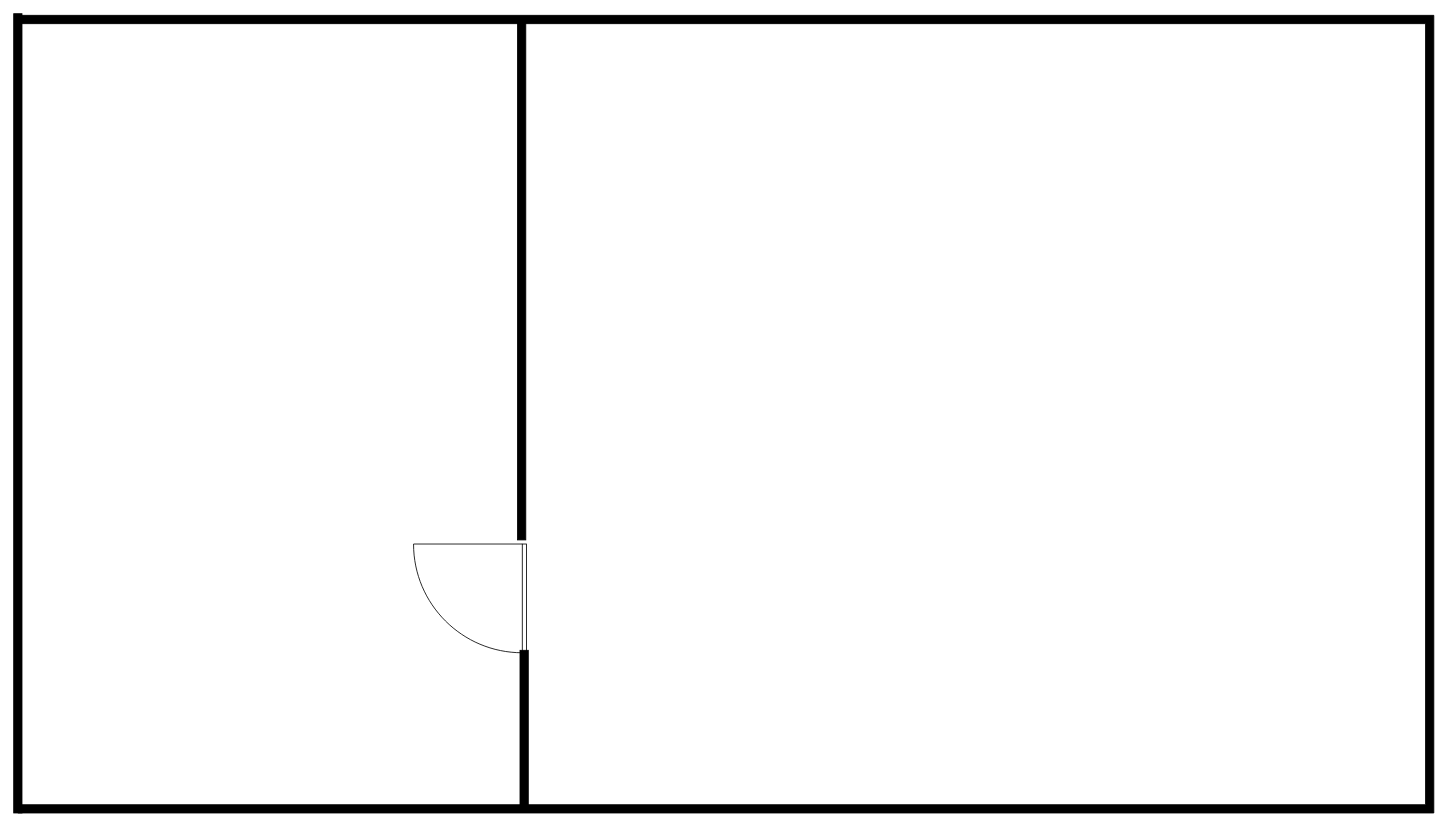
Earlier version of the draw.io diagram Untitled Diagram.drawio (joeinus134131/OnlineDiagramProject). Source tidied: cells renumbered, new cells numbered last; positions are measured from the earlier drawing's top-left corner, leaving out a move shared by most shapes. Both pictures are drawn from the tidied source at 83%, with x=0, y=0 at pixel (13, -294).
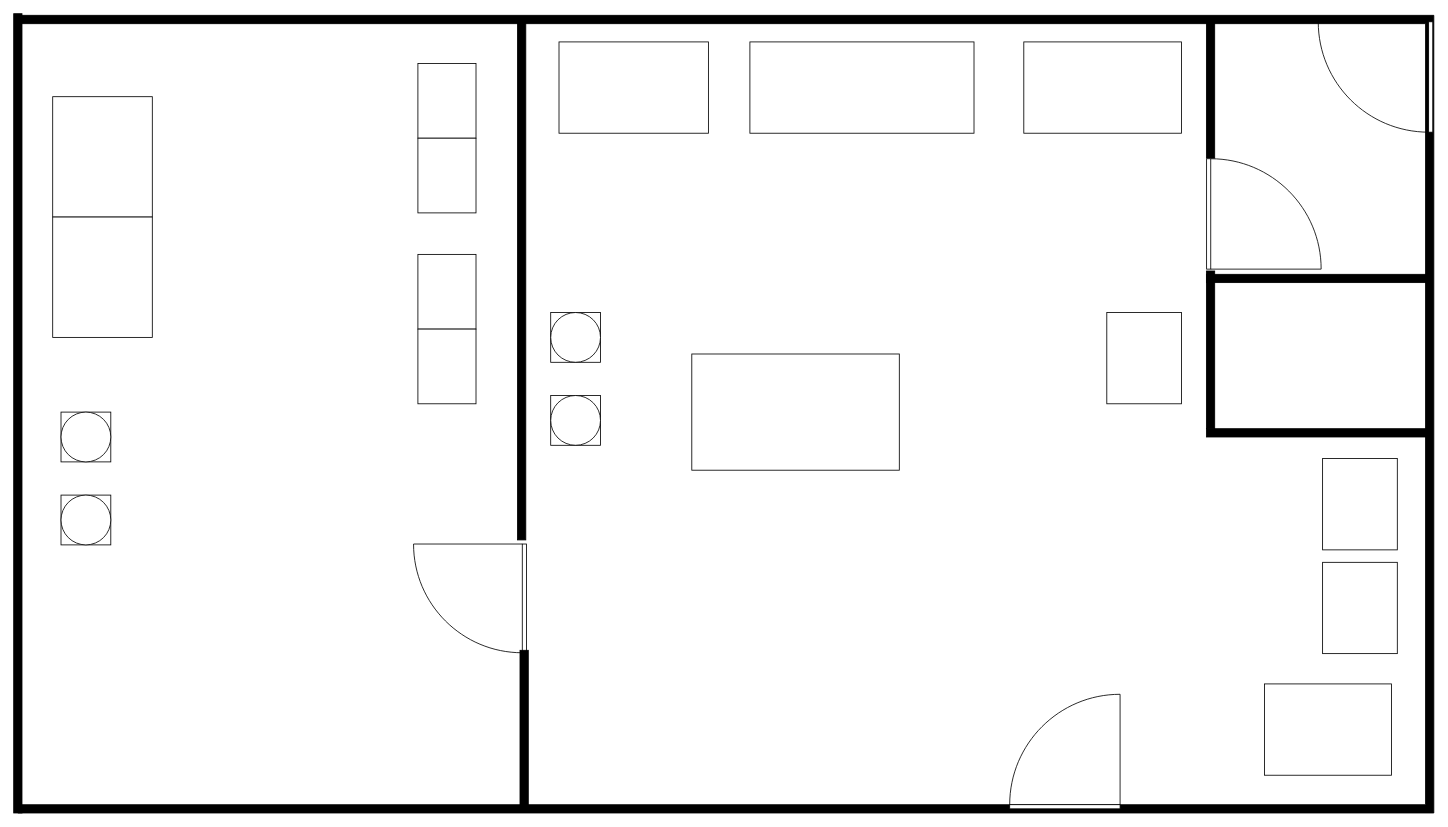
The same page after the edit.

The edit, as a diff of the source:
```diff
@@
+    <mxCell id="7" style="verticalLabelPosition=bottom;html=1;verticalAlign=top;align=center;strokeWidth=1;shape=mxgraph.floorplan.doorLeft;rounded=0;shadow=0;comic=0;fontFamily=Verdana;fontSize=12;rotation=-180;" parent="1" vertex="1">
+      <mxGeometry x="1200" y="1215.5" width="133" height="112.5" as="geometry" />
+    </mxCell>
+    <mxCell id="8" style="verticalLabelPosition=bottom;html=1;verticalAlign=top;align=center;strokeWidth=1;shape=mxgraph.floorplan.wall;fillColor=#000000;rounded=0;shadow=0;comic=0;fontFamily=Verdana;fontSize=12;rotation=-90;" parent="1" vertex="1">
+      <mxGeometry x="1357" y="454" width="170" height="10" as="geometry" />
+    </mxCell>
+    <mxCell id="9" style="verticalLabelPosition=bottom;html=1;verticalAlign=top;align=center;strokeWidth=1;shape=mxgraph.floorplan.doorLeft;rounded=0;shadow=0;comic=0;fontFamily=Verdana;fontSize=12;rotation=90;" parent="1" vertex="1">
+      <mxGeometry x="1587" y="390" width="133" height="112.5" as="geometry" />
+    </mxCell>
+    <mxCell id="10" style="verticalLabelPosition=bottom;html=1;verticalAlign=top;align=center;strokeWidth=1;shape=mxgraph.floorplan.doorLeft;rounded=0;shadow=0;comic=0;fontFamily=Verdana;fontSize=12;rotation=-90;" parent="1" vertex="1">
+      <mxGeometry x="1427" y="555" width="133" height="112.5" as="geometry" />
+    </mxCell>
+    <mxCell id="11" style="verticalLabelPosition=bottom;html=1;verticalAlign=top;align=center;strokeWidth=1;shape=mxgraph.floorplan.wall;fillColor=#000000;rounded=0;shadow=0;comic=0;fontFamily=Verdana;fontSize=12;rotation=-90;" parent="1" vertex="1">
+      <mxGeometry x="1347" y="770" width="190" height="10" as="geometry" />
+    </mxCell>
+    <mxCell id="12" style="verticalLabelPosition=bottom;html=1;verticalAlign=top;align=center;strokeWidth=1;shape=mxgraph.floorplan.wall;fillColor=#000000;rounded=0;shadow=0;comic=0;fontFamily=Verdana;fontSize=12;rotation=-180;" parent="1" vertex="1">
+      <mxGeometry x="1437" y="870" width="270" height="10" as="geometry" />
+    </mxCell>
+    <mxCell id="13" style="verticalLabelPosition=bottom;html=1;verticalAlign=top;align=center;strokeWidth=1;shape=mxgraph.floorplan.wall;fillColor=#000000;rounded=0;shadow=0;comic=0;fontFamily=Verdana;fontSize=12;rotation=-180;" parent="1" vertex="1">
+      <mxGeometry x="1437" y="684" width="270" height="10" as="geometry" />
+    </mxCell>
+    <mxCell id="14" style="rounded=0;whiteSpace=wrap;html=1;" parent="1" vertex="1">
+      <mxGeometry x="1577" y="906" width="90" height="110" as="geometry" />
+    </mxCell>
+    <mxCell id="15" style="rounded=0;whiteSpace=wrap;html=1;" parent="1" vertex="1">
+      <mxGeometry x="1577" y="1031" width="90" height="110" as="geometry" />
+    </mxCell>
+    <mxCell id="16" style="rounded=0;whiteSpace=wrap;html=1;" parent="1" vertex="1">
+      <mxGeometry x="1507" y="1177.5" width="153" height="110" as="geometry" />
+    </mxCell>
+    <mxCell id="17" style="rounded=0;whiteSpace=wrap;html=1;" parent="1" vertex="1">
+      <mxGeometry x="1317" y="730" width="90" height="110" as="geometry" />
+    </mxCell>
+    <mxCell id="18" style="rounded=0;whiteSpace=wrap;html=1;" parent="1" vertex="1">
+      <mxGeometry x="1217" y="404" width="190" height="110" as="geometry" />
+    </mxCell>
+    <mxCell id="19" style="rounded=0;whiteSpace=wrap;html=1;" parent="1" vertex="1">
+      <mxGeometry x="887" y="404" width="270" height="110" as="geometry" />
+    </mxCell>
+    <mxCell id="20" style="rounded=0;whiteSpace=wrap;html=1;" parent="1" vertex="1">
+      <mxGeometry x="657" y="404" width="180" height="110" as="geometry" />
+    </mxCell>
+    <mxCell id="21" style="rounded=0;whiteSpace=wrap;html=1;" parent="1" vertex="1">
+      <mxGeometry x="817" y="780" width="250" height="140" as="geometry" />
+    </mxCell>
+    <mxCell id="22" style="group;" parent="1" vertex="1">
+      <mxGeometry x="647" y="730" width="60" height="60" as="geometry" />
+    </mxCell>
+    <mxCell id="23" style="rounded=0;whiteSpace=wrap;html=1;" parent="22" vertex="1">
+      <mxGeometry width="60" height="60" as="geometry" />
+    </mxCell>
+    <mxCell id="24" style="ellipse;whiteSpace=wrap;html=1;" parent="22" vertex="1">
+      <mxGeometry width="60" height="60" as="geometry" />
+    </mxCell>
+    <mxCell id="25" style="group;" parent="1" vertex="1">
+      <mxGeometry x="647" y="830" width="60" height="60" as="geometry" />
+    </mxCell>
+    <mxCell id="26" style="rounded=0;whiteSpace=wrap;html=1;" parent="25" vertex="1">
+      <mxGeometry width="60" height="60" as="geometry" />
+    </mxCell>
+    <mxCell id="27" style="ellipse;whiteSpace=wrap;html=1;" parent="25" vertex="1">
+      <mxGeometry width="60" height="60" as="geometry" />
+    </mxCell>
+    <mxCell id="28" style="group;" parent="1" vertex="1">
+      <mxGeometry x="487" y="430" width="70" height="180" as="geometry" />
+    </mxCell>
+    <mxCell id="29" style="rounded=0;whiteSpace=wrap;html=1;" parent="28" vertex="1">
+      <mxGeometry width="70" height="90" as="geometry" />
+    </mxCell>
+    <mxCell id="30" style="rounded=0;whiteSpace=wrap;html=1;" parent="28" vertex="1">
+      <mxGeometry y="90" width="70" height="90" as="geometry" />
+    </mxCell>
+    <mxCell id="31" style="group;" parent="1" vertex="1">
+      <mxGeometry x="487" y="660" width="70" height="180" as="geometry" />
+    </mxCell>
+    <mxCell id="32" style="rounded=0;whiteSpace=wrap;html=1;" parent="31" vertex="1">
+      <mxGeometry width="70" height="90" as="geometry" />
+    </mxCell>
+    <mxCell id="33" style="rounded=0;whiteSpace=wrap;html=1;" parent="31" vertex="1">
+      <mxGeometry y="90" width="70" height="90" as="geometry" />
+    </mxCell>
+    <mxCell id="34" style="group;" parent="1" vertex="1">
+      <mxGeometry x="47" y="470" width="120" height="290" as="geometry" />
+    </mxCell>
+    <mxCell id="35" style="rounded=0;whiteSpace=wrap;html=1;" parent="34" vertex="1">
+      <mxGeometry width="120" height="145" as="geometry" />
+    </mxCell>
+    <mxCell id="36" style="rounded=0;whiteSpace=wrap;html=1;" parent="34" vertex="1">
+      <mxGeometry y="145" width="120" height="145" as="geometry" />
+    </mxCell>
+    <mxCell id="37" style="group;" parent="1" vertex="1">
+      <mxGeometry x="57" y="850" width="60" height="60" as="geometry" />
+    </mxCell>
+    <mxCell id="38" style="rounded=0;whiteSpace=wrap;html=1;" parent="37" vertex="1">
+      <mxGeometry width="60" height="60" as="geometry" />
+    </mxCell>
+    <mxCell id="39" style="ellipse;whiteSpace=wrap;html=1;" parent="37" vertex="1">
+      <mxGeometry width="60" height="60" as="geometry" />
+    </mxCell>
+    <mxCell id="40" style="group;" parent="1" vertex="1">
+      <mxGeometry x="57" y="950" width="60" height="60" as="geometry" />
+    </mxCell>
+    <mxCell id="41" style="rounded=0;whiteSpace=wrap;html=1;" parent="40" vertex="1">
+      <mxGeometry width="60" height="60" as="geometry" />
+    </mxCell>
+    <mxCell id="42" style="ellipse;whiteSpace=wrap;html=1;" parent="40" vertex="1">
+      <mxGeometry width="60" height="60" as="geometry" />
+    </mxCell>
```
